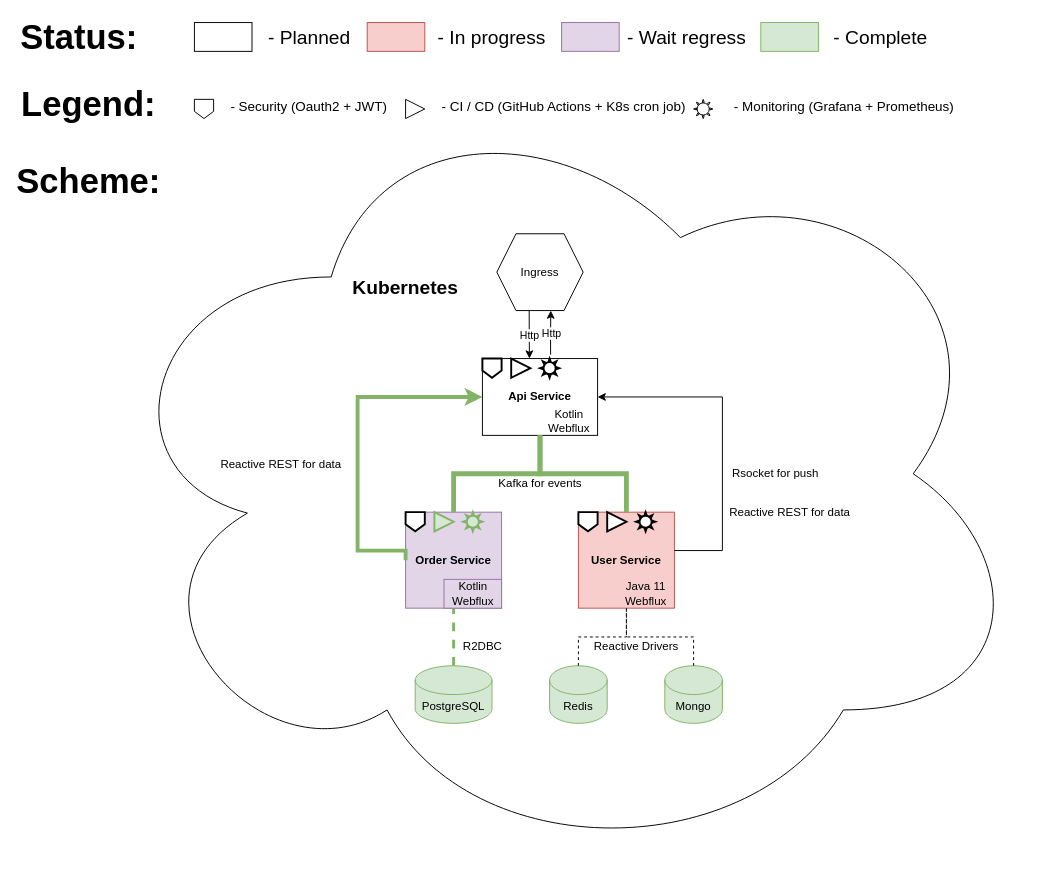
Above: docs/Schema.drawio in alexandr-leonov/eda-configuration (draw.io), before the change. Source tidied: cells renumbered, new cells numbered last; positions are measured from the earlier drawing's top-left corner, leaving out a move shared by most shapes. Both pictures are drawn from the tidied source at 96%, with x=0, y=0 at pixel (40, 22).
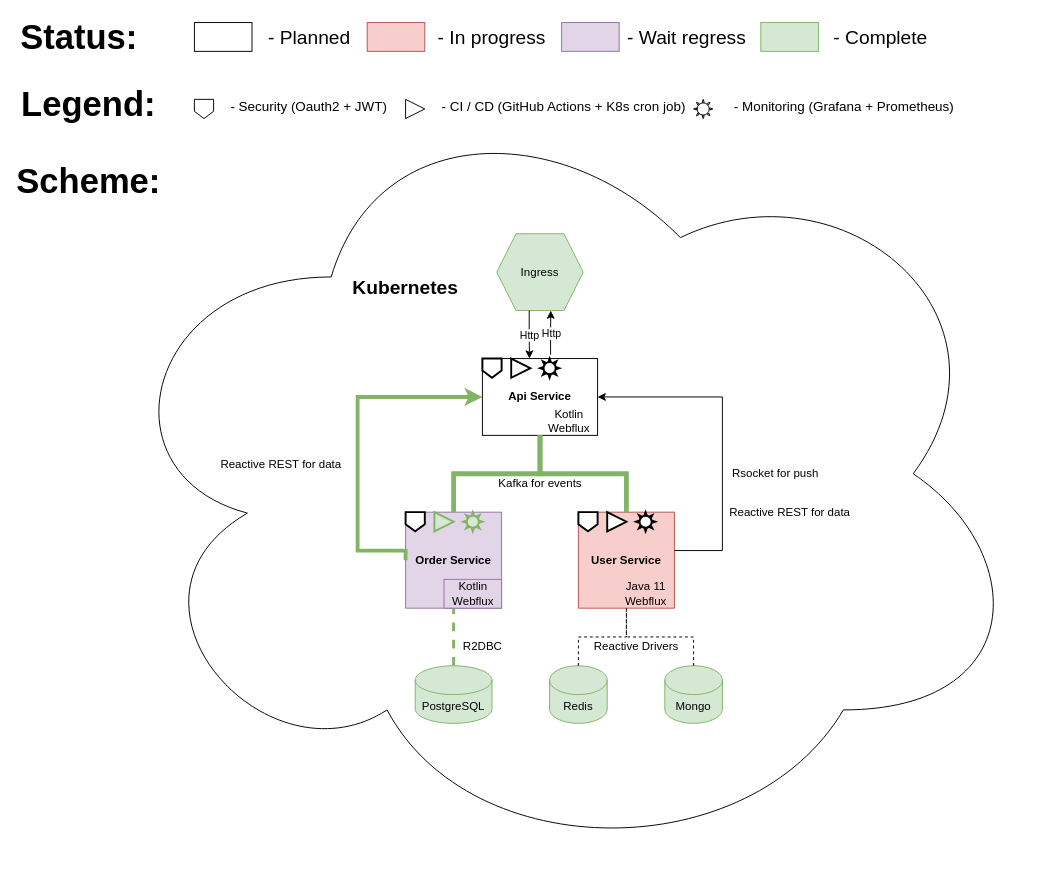
The same page after the edit.

The edit, as a diff of the source:
```diff
@@
-    <mxCell id="23" value="Ingress" style="shape=hexagon;perimeter=hexagonPerimeter2;whiteSpace=wrap;html=1;fixedSize=1;" parent="1" vertex="1">
+    <mxCell id="23" value="Ingress" style="shape=hexagon;perimeter=hexagonPerimeter2;whiteSpace=wrap;html=1;fixedSize=1;fillColor=#d5e8d4;strokeColor=#82b366;" parent="1" vertex="1">
       <mxGeometry x="475" y="220" width="90" height="80" as="geometry" />
     </mxCell>
```
